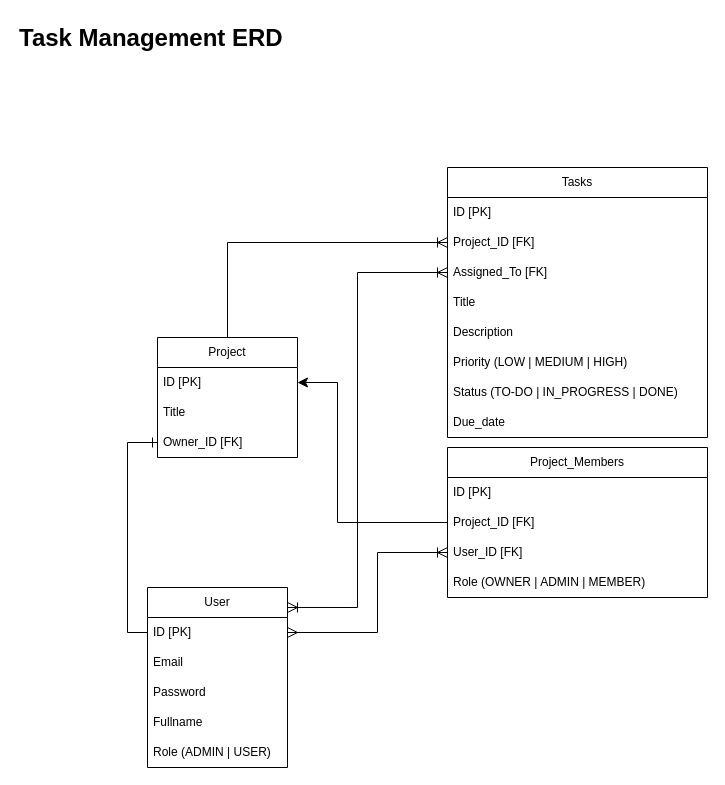
The draw.io diagram ERD-Diagram.drawio in Autofat/Task-Management-Go, before the edit. Source tidied: cells renumbered, new cells numbered last; positions are measured from the earlier drawing's top-left corner, leaving out a move shared by most shapes. Both pictures are drawn from the tidied source at 100%, with x=0, y=0 at pixel (17, 17).
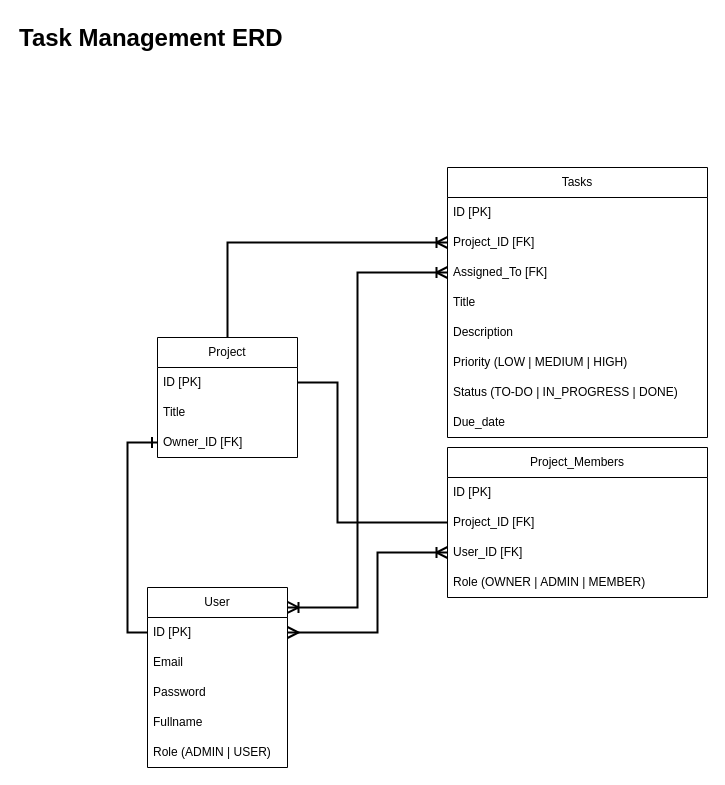
Above is the later version.

The change refers to these unchanged cells:
```xml
<mxCell id="2" value="User" style="swimlane;fontStyle=0;horizontal=1;startSize=30;whiteSpace=wrap;html=1;" parent="1" vertex="1">
  <mxGeometry x="130" y="570" width="140" height="180" as="geometry" />
</mxCell>
<mxCell id="3" value="ID [PK]" style="text;strokeColor=none;fillColor=none;align=left;verticalAlign=middle;spacingLeft=4;spacingRight=4;overflow=hidden;points=[[0,0.5],[1,0.5]];portConstraint=eastwest;whiteSpace=wrap;html=1;" parent="2" vertex="1">
  <mxGeometry y="30" width="140" height="30" as="geometry" />
</mxCell>
<mxCell id="9" value="Project" style="swimlane;fontStyle=0;horizontal=1;startSize=30;whiteSpace=wrap;html=1;" parent="1" vertex="1">
  <mxGeometry x="140" y="320" width="140" height="120" as="geometry" />
</mxCell>
<mxCell id="10" value="ID [PK]" style="text;strokeColor=none;fillColor=none;align=left;verticalAlign=middle;spacingLeft=4;spacingRight=4;overflow=hidden;points=[[0,0.5],[1,0.5]];portConstraint=eastwest;whiteSpace=wrap;html=1;" parent="9" vertex="1">
  <mxGeometry y="30" width="140" height="30" as="geometry" />
</mxCell>
<mxCell id="12" value="Owner_ID [FK]" style="text;strokeColor=none;fillColor=none;align=left;verticalAlign=middle;spacingLeft=4;spacingRight=4;overflow=hidden;points=[[0,0.5],[1,0.5]];portConstraint=eastwest;whiteSpace=wrap;html=1;" parent="9" vertex="1">
  <mxGeometry y="90" width="140" height="30" as="geometry" />
</mxCell>
<mxCell id="15" value="Project_ID [FK]" style="text;strokeColor=none;fillColor=none;align=left;verticalAlign=middle;spacingLeft=4;spacingRight=4;overflow=hidden;points=[[0,0.5],[1,0.5]];portConstraint=eastwest;whiteSpace=wrap;html=1;" parent="13" vertex="1">
  <mxGeometry y="60" width="260" height="30" as="geometry" />
</mxCell>
<mxCell id="16" value="User_ID [FK]" style="text;strokeColor=none;fillColor=none;align=left;verticalAlign=middle;spacingLeft=4;spacingRight=4;overflow=hidden;points=[[0,0.5],[1,0.5]];portConstraint=eastwest;whiteSpace=wrap;html=1;" parent="13" vertex="1">
  <mxGeometry y="90" width="260" height="30" as="geometry" />
</mxCell>
<mxCell id="21" value="Project_ID [FK]" style="text;strokeColor=none;fillColor=none;align=left;verticalAlign=middle;spacingLeft=4;spacingRight=4;overflow=hidden;points=[[0,0.5],[1,0.5]];portConstraint=eastwest;whiteSpace=wrap;html=1;" parent="19" vertex="1">
  <mxGeometry y="60" width="260" height="30" as="geometry" />
</mxCell>
<mxCell id="22" value="Assigned_To [FK]" style="text;strokeColor=none;fillColor=none;align=left;verticalAlign=middle;spacingLeft=4;spacingRight=4;overflow=hidden;points=[[0,0.5],[1,0.5]];portConstraint=eastwest;whiteSpace=wrap;html=1;" parent="19" vertex="1">
  <mxGeometry y="90" width="260" height="30" as="geometry" />
</mxCell>
```

Change to the diagram source:
```diff
@@
-    <mxCell id="8" style="edgeStyle=orthogonalEdgeStyle;rounded=0;jettySize=auto;html=1;exitX=0.5;exitY=0;exitDx=0;exitDy=0;entryX=0;entryY=0.5;entryDx=0;entryDy=0;fontSize=12;startSize=8;endSize=8;endArrow=ERoneToMany;endFill=0;" parent="1" edge="1" source="9" target="21">
+    <mxCell id="8" style="edgeStyle=orthogonalEdgeStyle;rounded=0;jettySize=auto;html=1;exitX=0.5;exitY=0;exitDx=0;exitDy=0;entryX=0;entryY=0.5;entryDx=0;entryDy=0;fontSize=12;startSize=8;endSize=8;endArrow=ERoneToMany;endFill=0;strokeWidth=2;" parent="1" edge="1" source="9" target="21">
       <mxGeometry relative="1" as="geometry" />
     </mxCell>
@@
-    <mxCell id="18" style="edgeStyle=orthogonalEdgeStyle;rounded=0;jettySize=auto;html=1;entryX=0;entryY=0.5;entryDx=0;entryDy=0;fontSize=12;startSize=8;endSize=8;startArrow=ERmany;startFill=0;endArrow=ERoneToMany;endFill=0;" parent="1" edge="1" source="3" target="16">
+    <mxCell id="18" style="edgeStyle=orthogonalEdgeStyle;rounded=0;jettySize=auto;html=1;entryX=0;entryY=0.5;entryDx=0;entryDy=0;fontSize=12;startSize=8;endSize=8;startArrow=ERmany;startFill=0;endArrow=ERoneToMany;endFill=0;strokeWidth=2;" parent="1" edge="1" source="3" target="16">
       <mxGeometry relative="1" as="geometry">
         <Array as="points">
           <mxPoint x="360" y="615" />
           <mxPoint x="360" y="535" />
         </Array>
       </mxGeometry>
     </mxCell>
@@
-    <mxCell id="28" style="edgeStyle=orthogonalEdgeStyle;rounded=0;jettySize=auto;html=1;exitX=0;exitY=0.5;exitDx=0;exitDy=0;entryX=0;entryY=0.5;entryDx=0;entryDy=0;fontSize=12;startSize=8;endSize=8;startArrow=ERone;startFill=0;endArrow=none;endFill=0;" parent="1" edge="1" source="12" target="3">
+    <mxCell id="28" style="edgeStyle=orthogonalEdgeStyle;rounded=0;jettySize=auto;html=1;exitX=0;exitY=0.5;exitDx=0;exitDy=0;entryX=0;entryY=0.5;entryDx=0;entryDy=0;fontSize=12;startSize=8;endSize=8;startArrow=ERone;startFill=0;endArrow=none;endFill=0;strokeWidth=2;" parent="1" edge="1" source="12" target="3">
       <mxGeometry relative="1" as="geometry" />
     </mxCell>
-    <mxCell id="29" style="edgeStyle=orthogonalEdgeStyle;rounded=0;jettySize=auto;html=1;entryX=1;entryY=0.111;entryDx=0;entryDy=0;fontSize=12;startSize=8;endSize=8;entryPerimeter=0;endArrow=ERoneToMany;endFill=0;startArrow=ERoneToMany;startFill=0;" parent="1" edge="1" source="22" target="2">
+    <mxCell id="29" style="edgeStyle=orthogonalEdgeStyle;rounded=0;jettySize=auto;html=1;entryX=1;entryY=0.111;entryDx=0;entryDy=0;fontSize=12;startSize=8;endSize=8;entryPerimeter=0;endArrow=ERoneToMany;endFill=0;startArrow=ERoneToMany;startFill=0;strokeWidth=2;" parent="1" edge="1" source="22" target="2">
       <mxGeometry relative="1" as="geometry">
         <Array as="points">
           <mxPoint x="340" y="255" />
           <mxPoint x="340" y="590" />
         </Array>
       </mxGeometry>
     </mxCell>
-    <mxCell id="30" style="edgeStyle=orthogonalEdgeStyle;rounded=0;jettySize=auto;html=1;entryX=1;entryY=0.5;entryDx=0;entryDy=0;fontSize=12;startSize=8;endSize=8;" parent="1" edge="1" source="15" target="10">
+    <mxCell id="30" style="edgeStyle=orthogonalEdgeStyle;rounded=0;jettySize=auto;html=1;entryX=1;entryY=0.5;entryDx=0;entryDy=0;fontSize=12;startSize=8;endSize=8;endArrow=none;endFill=0;strokeWidth=2;" parent="1" edge="1" source="15" target="10">
       <mxGeometry relative="1" as="geometry">
         <Array as="points">
           <mxPoint x="320" y="505" />
           <mxPoint x="320" y="365" />
         </Array>
       </mxGeometry>
     </mxCell>
```
